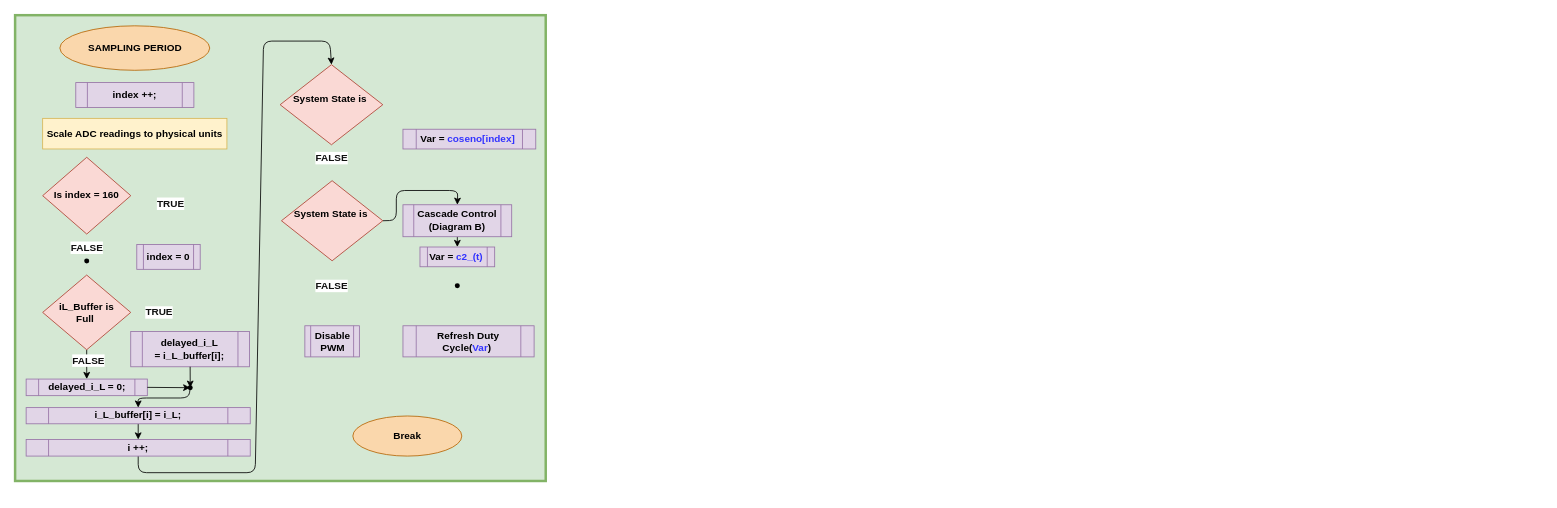
Before: page "Control_Algorithm_V2" (3 of 5) of GF-Diagrams.drawio in JoseTrinidadLM/GRID_FORMING_STM32F446RE_PA, a draw.io diagram. Source tidied: cells renumbered, new cells numbered last; positions are measured from the earlier drawing's top-left corner, leaving out a move shared by most shapes. Both pictures are drawn from the tidied source at 83%, with x=0, y=0 at pixel (15, 15).
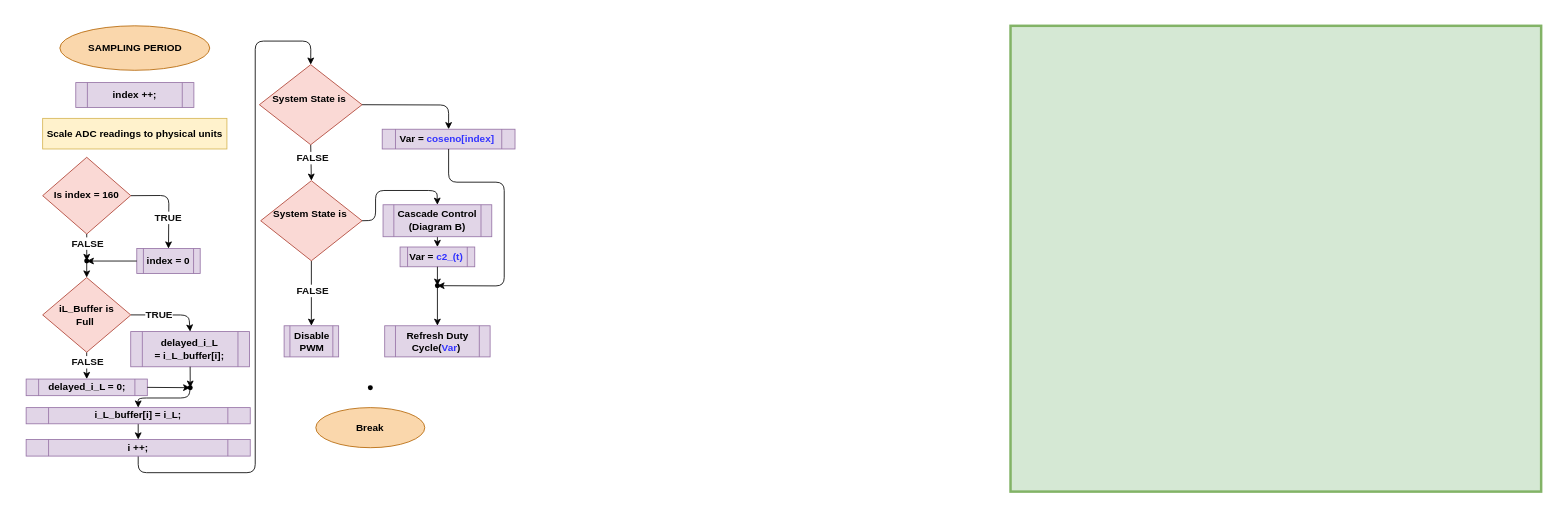
Above is the later version.

The change refers to these unchanged cells:
```xml
<mxCell id="5" value="Is index = 160" style="rhombus;whiteSpace=wrap;html=1;fontStyle=1;fillColor=#fad9d5;strokeColor=#ae4132;" parent="1" vertex="1">
  <mxGeometry x="32.9" y="171" width="106.2" height="92.5" as="geometry" />
</mxCell>
<mxCell id="9" style="shape=waypoint;sketch=0;fillStyle=solid;size=6;points=[];fillColor=none;perimeter=centerPerimeter;snapToPoint=1;strokeColor=light-dark(#000000,#000000);" parent="1" vertex="1">
  <mxGeometry x="76" y="286" width="20" height="20" as="geometry" />
</mxCell>
<mxCell id="12" value="&lt;font style=&quot;color: rgb(0, 0, 0);&quot;&gt;&lt;font&gt;delayed_i_L =&amp;nbsp;&lt;/font&gt;&lt;span style=&quot;background-color: transparent;&quot;&gt;i_L_buffer[i];&lt;/span&gt;&lt;/font&gt;" style="shape=process;whiteSpace=wrap;html=1;backgroundOutline=1;fontStyle=1;fillColor=#e1d5e7;strokeColor=#9673a6;" parent="1" vertex="1">
  <mxGeometry x="139" y="381" width="143.2" height="42.4" as="geometry" />
</mxCell>
<mxCell id="24" value="&lt;div&gt;&lt;font style=&quot;color: rgb(0, 0, 0);&quot;&gt;i ++;&lt;/font&gt;&lt;/div&gt;" style="shape=process;whiteSpace=wrap;html=1;backgroundOutline=1;fontStyle=1;fillColor=#e1d5e7;strokeColor=#9673a6;" parent="1" vertex="1">
  <mxGeometry x="13" y="511" width="270" height="20" as="geometry" />
</mxCell>
```

What changed in the source:
```diff
@@
-    <mxCell id="2" style="rounded=0;whiteSpace=wrap;html=1;strokeColor=#82b366;fillColor=#d5e8d4;strokeWidth=3;" parent="1" vertex="1">
-      <mxGeometry x="-0.3" y="-0.2" width="639.3" height="561.2" as="geometry" />
-    </mxCell>
@@
+    <mxCell id="38" style="edgeStyle=none;html=1;exitX=1;exitY=0.5;exitDx=0;exitDy=0;entryX=0.5;entryY=0;entryDx=0;entryDy=0;" parent="1" edge="1" source="5" target="8">
+      <mxGeometry relative="1" as="geometry">
+        <Array as="points">
+          <mxPoint x="185" y="217" />
+        </Array>
+      </mxGeometry>
+    </mxCell>
@@
     <mxCell id="6" value="&lt;font style=&quot;color: light-dark(rgb(15, 15, 15), rgb(36, 36, 36));&quot;&gt;TRUE&lt;/font&gt;" style="text;html=1;whiteSpace=wrap;strokeColor=none;fillColor=none;align=center;verticalAlign=middle;rounded=0;labelBackgroundColor=default;fontStyle=1;" parent="1" vertex="1">
-      <mxGeometry x="160.3" y="211.2" width="54.7" height="32.2" as="geometry" />
+      <mxGeometry x="157.1" y="228.2" width="54.7" height="32.2" as="geometry" />
     </mxCell>
@@
     <mxCell id="8" value="index = 0" style="shape=process;whiteSpace=wrap;html=1;backgroundOutline=1;fontStyle=1;fillColor=#e1d5e7;strokeColor=#9673a6;" parent="1" vertex="1">
-      <mxGeometry x="146.3" y="276" width="76.4" height="30" as="geometry" />
+      <mxGeometry x="146.3" y="281" width="76.4" height="30" as="geometry" />
     </mxCell>
@@
+    <mxCell id="39" style="edgeStyle=none;html=1;exitX=1;exitY=0.5;exitDx=0;exitDy=0;entryX=0.5;entryY=0;entryDx=0;entryDy=0;" parent="1" edge="1" source="11" target="12">
+      <mxGeometry relative="1" as="geometry">
+        <Array as="points">
+          <mxPoint x="209" y="361" />
+        </Array>
+      </mxGeometry>
+    </mxCell>
     <mxCell id="11" value="&lt;font style=&quot;color: rgb(0, 0, 0);&quot;&gt;iL_Buffer is&lt;/font&gt;&lt;div&gt;&lt;font style=&quot;color: rgb(0, 0, 0);&quot;&gt;Full&amp;nbsp;&lt;/font&gt;&lt;/div&gt;" style="rhombus;whiteSpace=wrap;html=1;fontStyle=1;fillColor=#fad9d5;strokeColor=#ae4132;" parent="1" vertex="1">
-      <mxGeometry x="32.9" y="312.9" width="106.1" height="90" as="geometry" />
+      <mxGeometry x="32.9" y="315.9" width="106.1" height="90" as="geometry" />
     </mxCell>
@@
+    <mxCell id="40" style="edgeStyle=none;html=1;exitX=0.5;exitY=1;exitDx=0;exitDy=0;entryX=0.5;entryY=0;entryDx=0;entryDy=0;" parent="1" edge="1" source="14" target="16">
+      <mxGeometry relative="1" as="geometry" />
+    </mxCell>
+    <mxCell id="41" style="edgeStyle=none;html=1;exitX=1;exitY=0.5;exitDx=0;exitDy=0;entryX=0.5;entryY=0;entryDx=0;entryDy=0;" parent="1" edge="1" source="14" target="35">
+      <mxGeometry relative="1" as="geometry">
+        <Array as="points">
+          <mxPoint x="522" y="108" />
+        </Array>
+      </mxGeometry>
+    </mxCell>
     <mxCell id="14" value="System State is&amp;nbsp;&lt;div&gt;&lt;br&gt;&lt;/div&gt;" style="rhombus;whiteSpace=wrap;html=1;fontStyle=1;fillColor=#fad9d5;strokeColor=#ae4132;" parent="1" vertex="1">
-      <mxGeometry x="319" y="59.4" width="123.7" height="96.5" as="geometry" />
+      <mxGeometry x="294" y="59.4" width="123.7" height="96.5" as="geometry" />
     </mxCell>
     <mxCell id="15" style="edgeStyle=none;html=1;exitX=1;exitY=0.5;exitDx=0;exitDy=0;entryX=0.5;entryY=0;entryDx=0;entryDy=0;" parent="1" edge="1" source="16" target="18">
       <mxGeometry relative="1" as="geometry">
         <Array as="points">
-          <mxPoint x="459" y="247" />
-          <mxPoint x="459" y="211" />
-          <mxPoint x="533" y="211" />
+          <mxPoint x="434" y="247" />
+          <mxPoint x="434" y="211" />
+          <mxPoint x="508" y="211" />
         </Array>
       </mxGeometry>
     </mxCell>
+    <mxCell id="42" style="edgeStyle=none;html=1;exitX=0.5;exitY=1;exitDx=0;exitDy=0;entryX=0.5;entryY=0;entryDx=0;entryDy=0;" parent="1" edge="1" source="16" target="19">
+      <mxGeometry relative="1" as="geometry" />
+    </mxCell>
     <mxCell id="16" value="System State is&amp;nbsp;&lt;div&gt;&lt;br&gt;&lt;/div&gt;" style="rhombus;whiteSpace=wrap;html=1;fontStyle=1;fillColor=#fad9d5;strokeColor=#ae4132;" parent="1" vertex="1">
-      <mxGeometry x="320.6" y="199.2" width="122.1" height="96.5" as="geometry" />
+      <mxGeometry x="295.6" y="199.2" width="122.1" height="96.5" as="geometry" />
     </mxCell>
@@
     <mxCell id="18" value="Cascade Control&lt;div&gt;&lt;font style=&quot;color: rgb(0, 0, 0);&quot;&gt;(Diagram B)&lt;/font&gt;&lt;/div&gt;" style="shape=process;whiteSpace=wrap;html=1;backgroundOutline=1;fontStyle=1;fillColor=#e1d5e7;strokeColor=#9673a6;" parent="1" vertex="1">
-      <mxGeometry x="467" y="228.2" width="131" height="38.5" as="geometry" />
+      <mxGeometry x="443" y="228.2" width="131" height="38.5" as="geometry" />
     </mxCell>
     <mxCell id="19" value="Disable PWM" style="shape=process;whiteSpace=wrap;html=1;backgroundOutline=1;fontStyle=1;fillColor=#e1d5e7;strokeColor=#9673a6;" parent="1" vertex="1">
-      <mxGeometry x="348.8" y="374" width="65.7" height="37.5" as="geometry" />
+      <mxGeometry x="323.8" y="374" width="65.7" height="37.5" as="geometry" />
     </mxCell>
     <mxCell id="20" value="&lt;font style=&quot;color: rgb(0, 0, 0);&quot;&gt;Var =&amp;nbsp;&lt;/font&gt;&lt;font&gt;&lt;font style=&quot;&quot;&gt;&lt;font style=&quot;color: rgb(51, 51, 255);&quot;&gt;c2_(t)&lt;/font&gt;&lt;/font&gt;&lt;/font&gt;&amp;nbsp;" style="shape=process;whiteSpace=wrap;html=1;backgroundOutline=1;fontStyle=1;fillColor=#e1d5e7;strokeColor=#9673a6;" parent="1" vertex="1">
-      <mxGeometry x="487.5" y="279.1" width="90" height="23.8" as="geometry" />
+      <mxGeometry x="463.5" y="279.1" width="90" height="23.8" as="geometry" />
     </mxCell>
@@
     <mxCell id="23" style="edgeStyle=none;html=1;exitX=0.5;exitY=1;exitDx=0;exitDy=0;entryX=0.5;entryY=0;entryDx=0;entryDy=0;" parent="1" edge="1" source="24" target="14">
       <mxGeometry relative="1" as="geometry">
         <Array as="points">
           <mxPoint x="148" y="551" />
           <mxPoint x="289" y="551" />
-          <mxPoint x="299" y="31" />
-          <mxPoint x="379" y="31" />
+          <mxPoint x="289" y="31" />
+          <mxPoint x="356" y="31" />
         </Array>
       </mxGeometry>
     </mxCell>
@@
     <mxCell id="25" value="&lt;font style=&quot;color: light-dark(rgb(15, 15, 15), rgb(36, 36, 36));&quot;&gt;FALSE&lt;/font&gt;" style="text;html=1;whiteSpace=wrap;strokeColor=none;fillColor=none;align=center;verticalAlign=middle;rounded=0;labelBackgroundColor=default;fontStyle=1;" parent="1" vertex="1">
-      <mxGeometry x="60.6" y="399.6" width="54.7" height="32.2" as="geometry" />
+      <mxGeometry x="59.6" y="401.6" width="54.7" height="32.2" as="geometry" />
     </mxCell>
-    <mxCell id="26" value="&lt;font style=&quot;color: light-dark(rgb(15, 15, 15), rgb(36, 36, 36));&quot;&gt;FALSE&lt;/font&gt;" style="text;html=1;whiteSpace=wrap;strokeColor=none;fillColor=none;align=center;verticalAlign=middle;rounded=0;labelBackgroundColor=default;fontStyle=1;" parent="1" vertex="1">
-      <mxGeometry x="58.7" y="263.5" width="54.7" height="32.2" as="geometry" />
-    </mxCell>
     <mxCell id="27" value="&lt;font style=&quot;color: light-dark(rgb(15, 15, 15), rgb(36, 36, 36));&quot;&gt;TRUE&lt;/font&gt;" style="text;html=1;whiteSpace=wrap;strokeColor=none;fillColor=none;align=center;verticalAlign=middle;rounded=0;labelBackgroundColor=default;fontStyle=1;" parent="1" vertex="1">
-      <mxGeometry x="146" y="341.8" width="54.7" height="32.2" as="geometry" />
+      <mxGeometry x="146.3" y="344.8" width="54.7" height="32.2" as="geometry" />
     </mxCell>
     <mxCell id="28" value="&lt;font style=&quot;color: light-dark(rgb(15, 15, 15), rgb(36, 36, 36));&quot;&gt;FALSE&lt;/font&gt;" style="text;html=1;whiteSpace=wrap;strokeColor=none;fillColor=none;align=center;verticalAlign=middle;rounded=0;labelBackgroundColor=default;fontStyle=1;" parent="1" vertex="1">
-      <mxGeometry x="354" y="155.9" width="54.7" height="32.2" as="geometry" />
+      <mxGeometry x="331.3" y="155.9" width="54.7" height="32.2" as="geometry" />
     </mxCell>
     <mxCell id="29" value="&lt;font style=&quot;color: light-dark(rgb(15, 15, 15), rgb(36, 36, 36));&quot;&gt;FALSE&lt;/font&gt;" style="text;html=1;whiteSpace=wrap;strokeColor=none;fillColor=none;align=center;verticalAlign=middle;rounded=0;labelBackgroundColor=default;fontStyle=1;" parent="1" vertex="1">
-      <mxGeometry x="354.3" y="309.6" width="54.7" height="32.2" as="geometry" />
+      <mxGeometry x="330.8" y="315.9" width="54.7" height="32.2" as="geometry" />
     </mxCell>
@@
     <mxCell id="34" value="Refresh Duty Cycle(&lt;font style=&quot;color: rgb(51, 51, 255);&quot;&gt;Var&lt;/font&gt;)&amp;nbsp;" style="shape=process;whiteSpace=wrap;html=1;backgroundOutline=1;fontStyle=1;fillColor=#e1d5e7;strokeColor=#9673a6;" parent="1" vertex="1">
-      <mxGeometry x="467" y="374" width="158" height="37.5" as="geometry" />
+      <mxGeometry x="445" y="374" width="127" height="37.5" as="geometry" />
     </mxCell>
     <mxCell id="35" value="&lt;font style=&quot;color: rgb(0, 0, 0);&quot;&gt;Var =&amp;nbsp;&lt;/font&gt;&lt;font&gt;&lt;font style=&quot;&quot;&gt;&lt;font style=&quot;color: rgb(51, 51, 255);&quot;&gt;coseno[index]&lt;/font&gt;&lt;/font&gt;&lt;/font&gt;&amp;nbsp;" style="shape=process;whiteSpace=wrap;html=1;backgroundOutline=1;fontStyle=1;fillColor=#e1d5e7;strokeColor=#9673a6;" parent="1" vertex="1">
-      <mxGeometry x="467" y="137.2" width="160" height="23.8" as="geometry" />
+      <mxGeometry x="442" y="137.2" width="160" height="23.8" as="geometry" />
     </mxCell>
     <mxCell id="36" style="shape=waypoint;sketch=0;fillStyle=solid;size=6;points=[];fillColor=none;perimeter=centerPerimeter;snapToPoint=1;strokeColor=light-dark(#000000,#000000);" parent="1" vertex="1">
-      <mxGeometry x="522.5" y="315.7" width="20" height="20" as="geometry" />
+      <mxGeometry x="498.5" y="315.7" width="20" height="20" as="geometry" />
     </mxCell>
     <mxCell id="37" value="Break" style="ellipse;whiteSpace=wrap;html=1;fontStyle=1;fillColor=#fad7ac;strokeColor=#b46504;" parent="1" vertex="1">
-      <mxGeometry x="406.6" y="482.7" width="131.3" height="48.3" as="geometry" />
+      <mxGeometry x="362" y="472.6" width="131.3" height="48.3" as="geometry" />
     </mxCell>
+    <mxCell id="43" style="edgeStyle=none;html=1;exitX=0.5;exitY=1;exitDx=0;exitDy=0;entryX=0.488;entryY=0.207;entryDx=0;entryDy=0;entryPerimeter=0;" parent="1" edge="1" source="5" target="9">
+      <mxGeometry relative="1" as="geometry" />
+    </mxCell>
+    <mxCell id="26" value="&lt;font style=&quot;color: light-dark(rgb(15, 15, 15), rgb(36, 36, 36));&quot;&gt;FALSE&lt;/font&gt;" style="text;html=1;whiteSpace=wrap;strokeColor=none;fillColor=none;align=center;verticalAlign=middle;rounded=0;labelBackgroundColor=default;fontStyle=1;" parent="1" vertex="1">
+      <mxGeometry x="59.6" y="258.8" width="54.7" height="32.2" as="geometry" />
+    </mxCell>
+    <mxCell id="44" style="endArrow=classic;html=1;exitX=0.431;exitY=0.75;exitDx=0;exitDy=0;exitPerimeter=0;entryX=0.5;entryY=0;entryDx=0;entryDy=0;" parent="1" edge="1" source="9" target="11">
+      <mxGeometry relative="1" as="geometry" />
+    </mxCell>
+    <mxCell id="45" style="edgeStyle=none;html=1;exitX=0;exitY=0.5;exitDx=0;exitDy=0;entryX=0.974;entryY=0.521;entryDx=0;entryDy=0;entryPerimeter=0;" parent="1" edge="1" source="8" target="9">
+      <mxGeometry relative="1" as="geometry" />
+    </mxCell>
+    <mxCell id="46" style="edgeStyle=none;html=1;exitX=0.5;exitY=1;exitDx=0;exitDy=0;entryX=0.497;entryY=0.177;entryDx=0;entryDy=0;entryPerimeter=0;" parent="1" edge="1" source="20" target="36">
+      <mxGeometry relative="1" as="geometry" />
+    </mxCell>
+    <mxCell id="47" style="endArrow=classic;html=1;exitX=0.545;exitY=0.873;exitDx=0;exitDy=0;exitPerimeter=0;entryX=0.5;entryY=0;entryDx=0;entryDy=0;" parent="1" edge="1" source="36" target="34">
+      <mxGeometry relative="1" as="geometry" />
+    </mxCell>
+    <mxCell id="48" style="edgeStyle=none;html=1;exitX=0.5;exitY=1;exitDx=0;exitDy=0;entryX=0.875;entryY=0.549;entryDx=0;entryDy=0;entryPerimeter=0;" parent="1" edge="1" source="35" target="36">
+      <mxGeometry relative="1" as="geometry">
+        <Array as="points">
+          <mxPoint x="522" y="201" />
+          <mxPoint x="589" y="201" />
+          <mxPoint x="589" y="326" />
+        </Array>
+      </mxGeometry>
+    </mxCell>
+    <mxCell id="49" style="shape=waypoint;sketch=0;fillStyle=solid;size=6;fillColor=none;perimeter=centerPerimeter;strokeColor=light-dark(#000000,#000000);" parent="1" vertex="1">
+      <mxGeometry x="417.7" y="438.6" width="20" height="20" as="geometry" />
+    </mxCell>
+    <mxCell id="50" style="rounded=0;whiteSpace=wrap;html=1;strokeColor=#82b366;fillColor=#d5e8d4;strokeWidth=3;" parent="1" vertex="1">
+      <mxGeometry x="1199" y="12.6" width="639.3" height="561.2" as="geometry" />
+    </mxCell>
```
